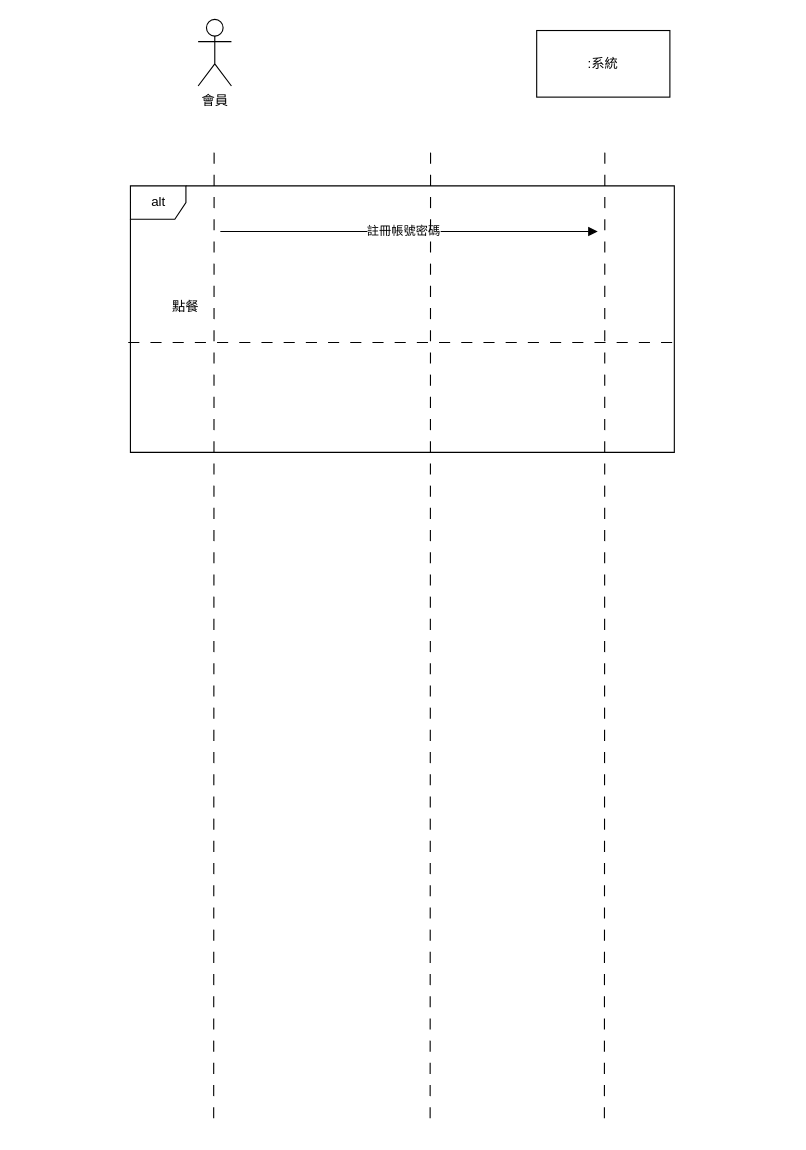
This is Sequence_diagram.drawio from today16/last, a draw.io file, before an edit. Source tidied: cells renumbered, new cells numbered last; positions are measured from the earlier drawing's top-left corner, leaving out a move shared by most shapes. Both pictures are drawn from the tidied source at 111%, with x=0, y=0 at pixel (130, 19).
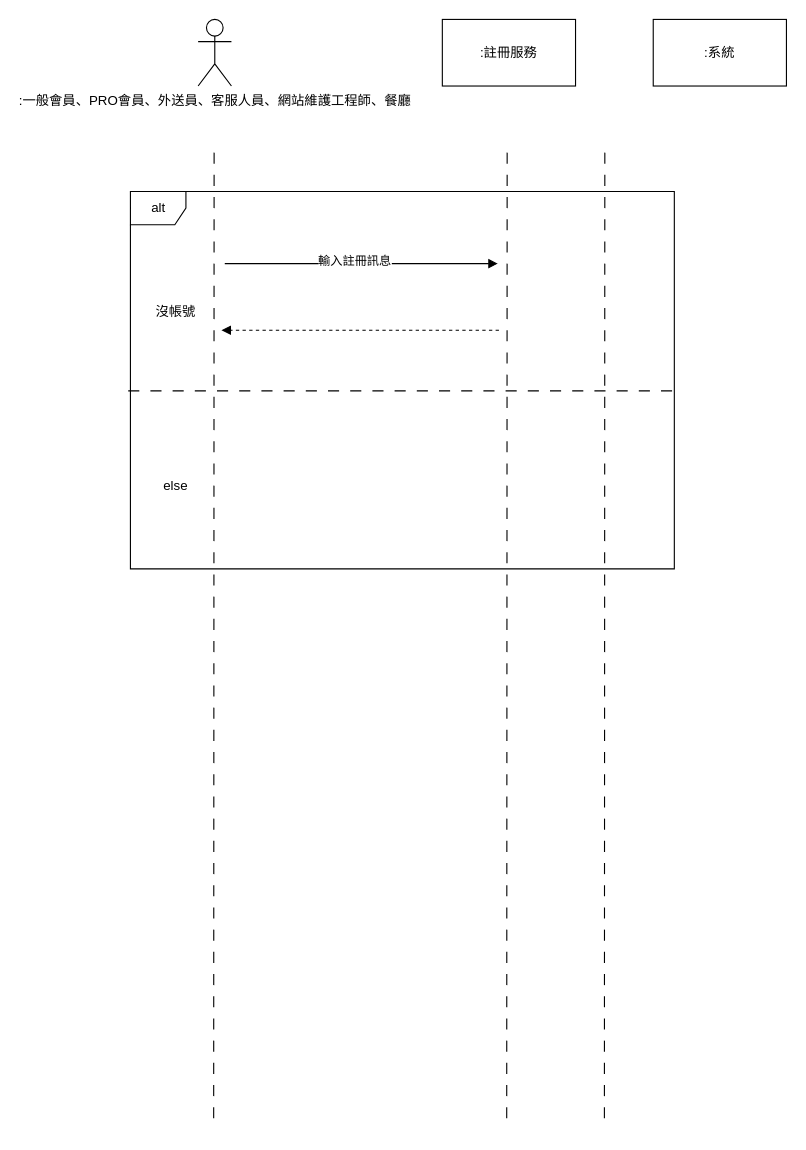
The same diagram, later.

Diff of the diagram source:
```diff
@@
     <mxCell id="2" value="alt" style="shape=umlFrame;tabPosition=left;html=1;boundedLbl=1;labelInHeader=1;width=50;height=30;" parent="1" vertex="1">
-      <mxGeometry y="150" width="490" height="240" as="geometry" />
+      <mxGeometry y="155" width="490" height="340" as="geometry" />
     </mxCell>
-    <mxCell id="3" value="點餐" style="text;align=center;" parent="2" vertex="1">
+    <mxCell id="3" value="沒帳號" style="text;align=center;" parent="2" vertex="1">
       <mxGeometry width="100" height="20" relative="1" as="geometry">
-        <mxPoint y="95" as="offset" />
+        <mxPoint x="-9" y="95" as="offset" />
       </mxGeometry>
     </mxCell>
-    <mxCell id="4" style="html=1;verticalAlign=bottom;labelBackgroundColor=none;endArrow=block;endFill=1;" parent="2" edge="1">
-      <mxGeometry relative="1" as="geometry">
-        <mxPoint x="81" y="41" as="sourcePoint" />
-        <mxPoint x="421" y="41" as="targetPoint" />
-      </mxGeometry>
-    </mxCell>
-    <mxCell id="5" value="註冊帳號密碼" style="edgeLabel;html=1;align=center;verticalAlign=middle;" parent="4" vertex="1">
-      <mxGeometry x="0.1" y="1" relative="1" as="geometry">
-        <mxPoint x="-23" as="offset" />
-      </mxGeometry>
-    </mxCell>
+    <mxCell id="12" value="else" style="text;align=center;" parent="2" vertex="1">
+      <mxGeometry x="-9" y="251.4" width="100" height="24.3" as="geometry" />
+    </mxCell>
+    <mxCell id="13" style="html=1;verticalAlign=bottom;labelBackgroundColor=none;endArrow=block;endFill=1;" parent="2" edge="1">
+      <mxGeometry relative="1" as="geometry">
+        <mxPoint x="85" y="65" as="sourcePoint" />
+        <mxPoint x="331" y="65" as="targetPoint" />
+      </mxGeometry>
+    </mxCell>
+    <mxCell id="14" value="輸入註冊訊息" style="edgeLabel;html=1;align=center;verticalAlign=middle;" parent="13" vertex="1">
+      <mxGeometry x="0.14" y="3" relative="1" as="geometry">
+        <mxPoint x="-24" as="offset" />
+      </mxGeometry>
+    </mxCell>
-    <mxCell id="6" value="會員" style="shape=umlActor;verticalLabelPosition=bottom;verticalAlign=top;html=1;" parent="1" vertex="1">
+    <mxCell id="6" value=":一般會員、PRO會員、外送員、客服人員、網站維護工程師、餐廳" style="shape=umlActor;verticalLabelPosition=bottom;verticalAlign=top;html=1;" parent="1" vertex="1">
       <mxGeometry x="61" width="30" height="60" as="geometry" />
     </mxCell>
     <mxCell id="7" value=":系統" style="rounded=0;whiteSpace=wrap;html=1;" parent="1" vertex="1">
-      <mxGeometry x="366" y="10" width="120" height="60" as="geometry" />
+      <mxGeometry x="471" width="120" height="60" as="geometry" />
     </mxCell>
@@
-    <mxCell id="10" style="endArrow=none;startArrow=none;endFill=0;startFill=0;endSize=8;html=1;verticalAlign=bottom;dashed=1;labelBackgroundColor=none;dashPattern=10 10;exitX=-0.004;exitY=0.588;exitDx=0;exitDy=0;exitPerimeter=0;entryX=1.006;entryY=0.588;entryDx=0;entryDy=0;entryPerimeter=0;" parent="1" edge="1" source="2" target="2">
+    <mxCell id="10" style="endArrow=none;startArrow=none;endFill=0;startFill=0;endSize=8;html=1;verticalAlign=bottom;dashed=1;labelBackgroundColor=none;dashPattern=10 10;exitX=-0.004;exitY=0.588;exitDx=0;exitDy=0;exitPerimeter=0;entryX=1.006;entryY=0.588;entryDx=0;entryDy=0;entryPerimeter=0;" parent="1" edge="1">
       <mxGeometry x="0.38" y="70" relative="1" as="geometry">
+        <mxPoint x="-2" y="334.6" as="sourcePoint" />
+        <mxPoint x="492.9" y="334.6" as="targetPoint" />
         <mxPoint x="-1" as="offset" />
       </mxGeometry>
     </mxCell>
     <mxCell id="11" style="endArrow=none;startArrow=none;endFill=0;startFill=0;endSize=8;html=1;verticalAlign=bottom;dashed=1;labelBackgroundColor=none;dashPattern=10 10;" parent="1" edge="1">
       <mxGeometry x="0.38" y="70" relative="1" as="geometry">
-        <mxPoint x="270.4" y="120" as="sourcePoint" />
-        <mxPoint x="270" y="1000" as="targetPoint" />
+        <mxPoint x="339.4" y="120" as="sourcePoint" />
+        <mxPoint x="339" y="1000" as="targetPoint" />
         <mxPoint x="-1" as="offset" />
       </mxGeometry>
     </mxCell>
+    <mxCell id="15" value=":註冊服務" style="rounded=0;whiteSpace=wrap;html=1;" parent="1" vertex="1">
+      <mxGeometry x="281" width="120" height="60" as="geometry" />
+    </mxCell>
+    <mxCell id="16" style="html=1;verticalAlign=bottom;labelBackgroundColor=none;endArrow=block;endFill=1;dashed=1;" parent="1" edge="1">
+      <mxGeometry relative="1" as="geometry">
+        <mxPoint x="332" y="280" as="sourcePoint" />
+        <mxPoint x="82" y="280" as="targetPoint" />
+      </mxGeometry>
+    </mxCell>
```
